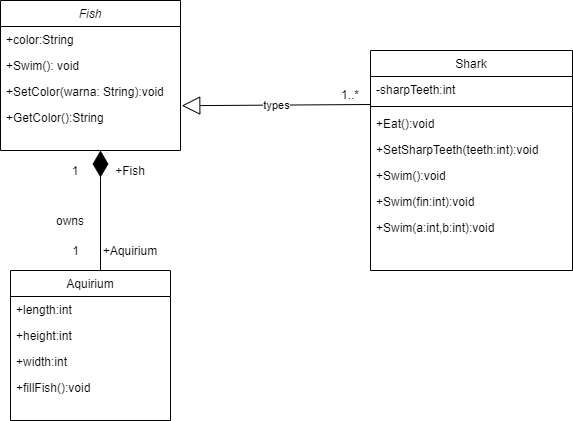
Earlier version of the draw.io export Katcak.png (azrinfaiz/Week2ClassDiagram). Source tidied: cells renumbered, new cells last; positions are measured from the earlier drawing's top-left corner, leaving out a move shared by most shapes.
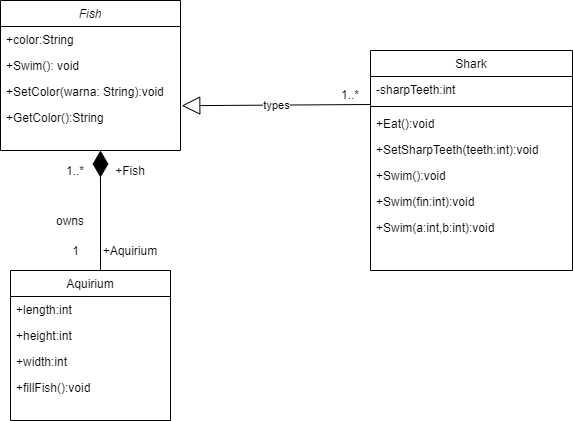
After the commit.

Diff of the diagram source:
```diff
@@ -80,7 +80,7 @@
     <mxCell id="26" value="+Fish" style="text;html=1;strokeColor=none;fillColor=none;align=center;verticalAlign=middle;whiteSpace=wrap;rounded=0;" parent="1" vertex="1">
       <mxGeometry x="110" y="160" width="40" height="20" as="geometry" />
     </mxCell>
-    <mxCell id="27" value="1" style="text;html=1;strokeColor=none;fillColor=none;align=center;verticalAlign=middle;whiteSpace=wrap;rounded=0;" parent="1" vertex="1">
+    <mxCell id="27" value="1..*" style="text;html=1;strokeColor=none;fillColor=none;align=center;verticalAlign=middle;whiteSpace=wrap;rounded=0;" parent="1" vertex="1">
       <mxGeometry x="55" y="160" width="40" height="20" as="geometry" />
     </mxCell>
   </root>
```
